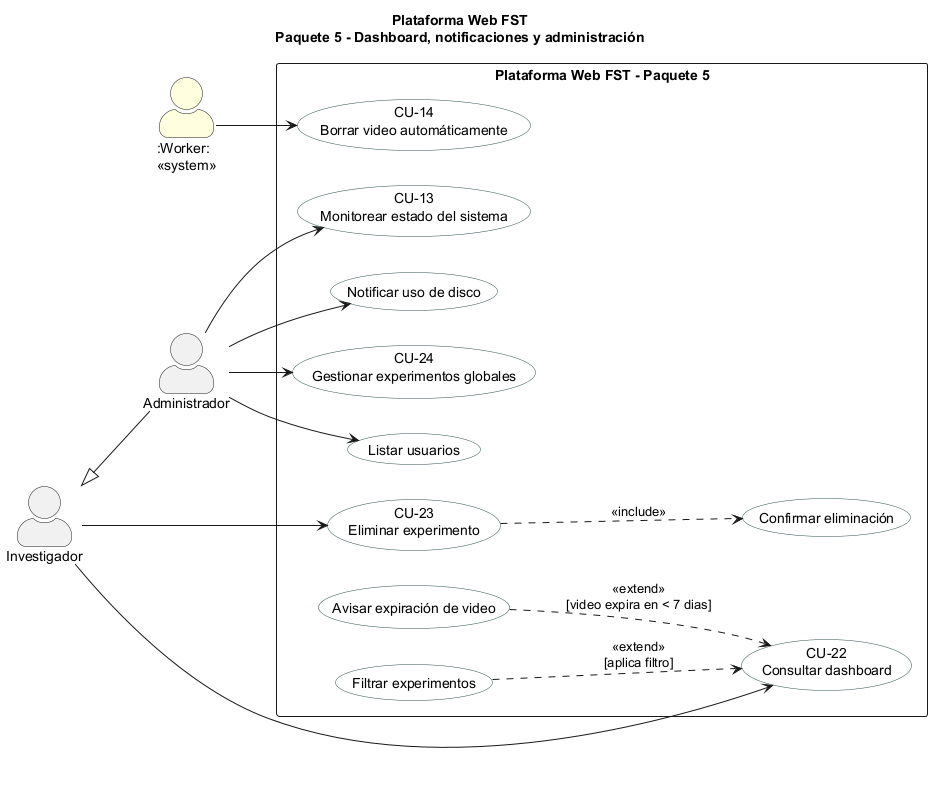
The PlantUML diagram figures/diagramas/cu_paquete5.png in ErickJester/fst-ai-system-latex, before a commit. The source it was exported from:
```plantuml
@startuml
title Plataforma Web FST\nPaquete 5 - Dashboard, notificaciones y administración
left to right direction
skinparam packageStyle rectangle
skinparam actorStyle awesome
skinparam usecase {
  BackgroundColor White
  BorderColor DarkSlateGray
}
actor "Investigador" as INV
actor "Administrador" as ADMIN
actor ":Worker:\n<<system>>" as WRK #LightYellow
INV <|-- ADMIN
rectangle "Plataforma Web FST - Paquete 5" {
  usecase "CU-22\nConsultar dashboard" as CU22
  usecase "Filtrar experimentos" as UC51a
  usecase "Avisar expiración de video" as UC52
  usecase "CU-23\nEliminar experimento" as CU23
  usecase "Confirmar eliminación" as UC53a
  usecase "CU-14\nBorrar video automáticamente" as CU14
  usecase "Listar usuarios" as UC56
  usecase "CU-13\nMonitorear estado del sistema" as CU13
  usecase "Notificar uso de disco" as UC57a
  usecase "CU-24\nGestionar experimentos globales" as CU24
}
INV --> CU22
INV --> CU23
ADMIN --> UC56
ADMIN --> CU13
ADMIN --> UC57a
ADMIN --> CU24
WRK --> CU14
UC52 ..> CU22 : <<extend>>\n[video expira en < 7 dias]
UC51a ..> CU22 : <<extend>>\n[aplica filtro]
CU23 ..> UC53a : <<include>>
@enduml
```
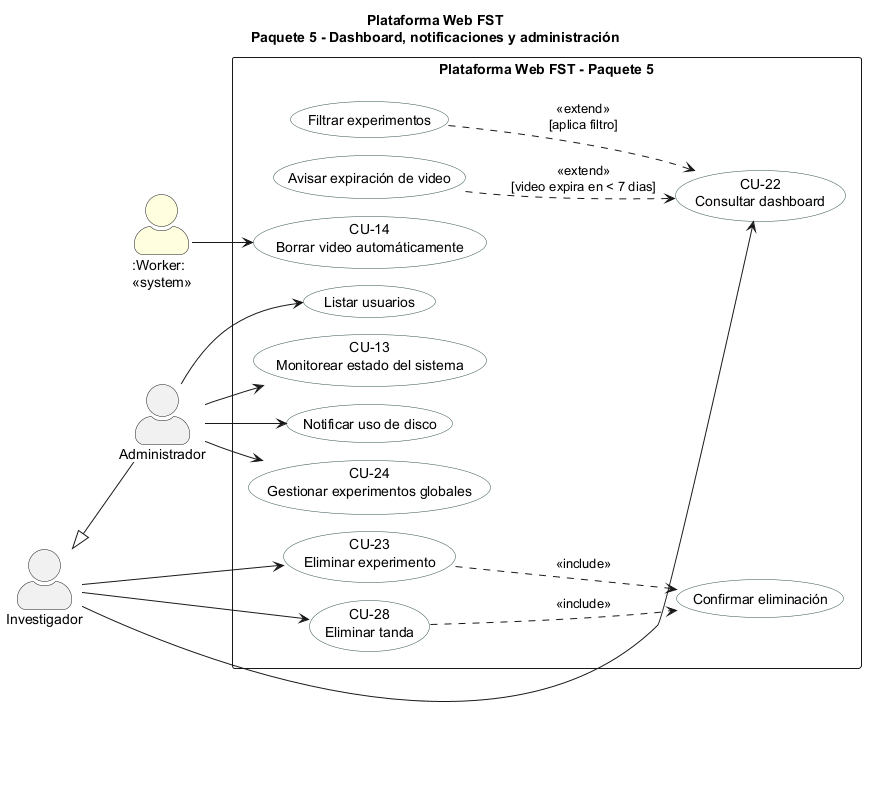
The same file after the commit.

Change to the diagram source:
```diff
@@ -1,4 +1,5 @@
 @startuml
+!pragma layout smetana
 title Plataforma Web FST\nPaquete 5 - Dashboard, notificaciones y administración
 left to right direction
 skinparam packageStyle rectangle
@@ -17,6 +18,7 @@
   usecase "Avisar expiración de video" as UC52
   usecase "CU-23\nEliminar experimento" as CU23
   usecase "Confirmar eliminación" as UC53a
+  usecase "CU-28\nEliminar tanda" as CU28
   usecase "CU-14\nBorrar video automáticamente" as CU14
   usecase "Listar usuarios" as UC56
   usecase "CU-13\nMonitorear estado del sistema" as CU13
@@ -25,6 +27,7 @@
 }
 INV --> CU22
 INV --> CU23
+INV --> CU28
 ADMIN --> UC56
 ADMIN --> CU13
 ADMIN --> UC57a
@@ -33,4 +36,5 @@
 UC52 ..> CU22 : <<extend>>\n[video expira en < 7 dias]
 UC51a ..> CU22 : <<extend>>\n[aplica filtro]
 CU23 ..> UC53a : <<include>>
+CU28 ..> UC53a : <<include>>
 @enduml
```
